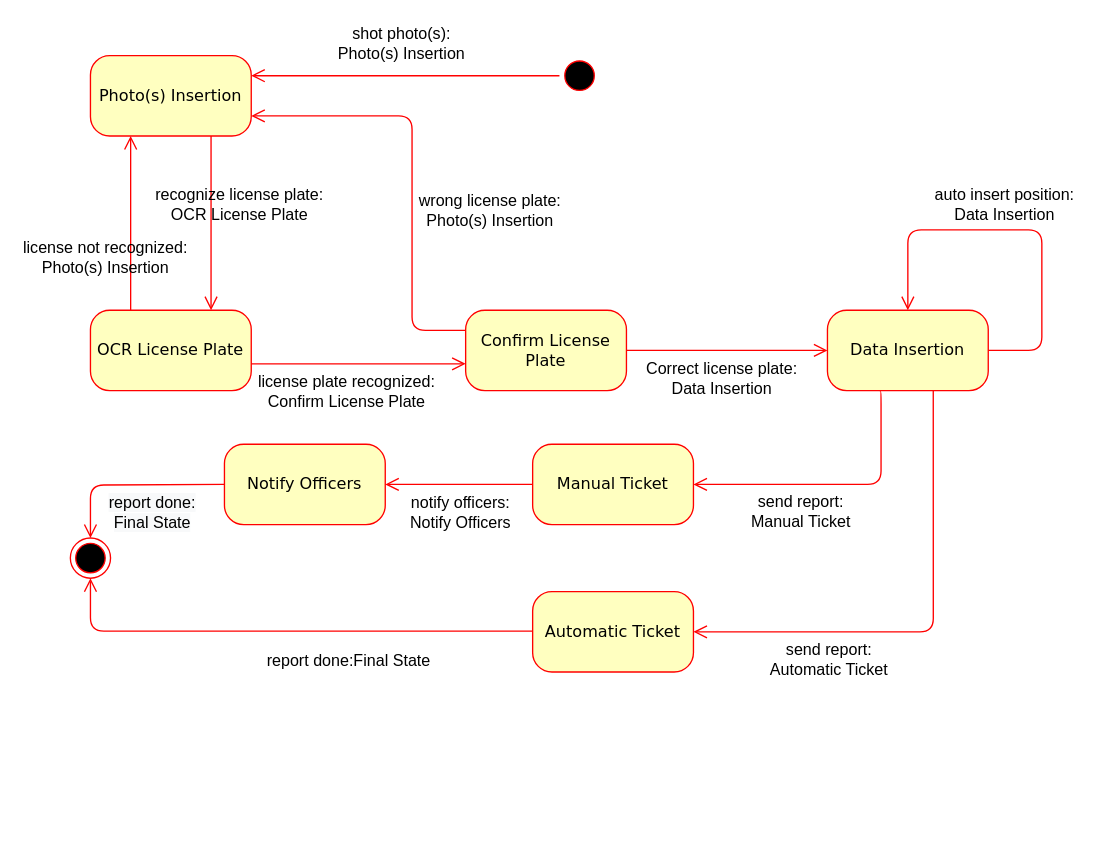
Before: RASD/diagrams/creationOfAReport.drawio in GiorgioUghini/SafeStreets, a draw.io diagram. Source tidied: cells renumbered, new cells numbered last; positions are measured from the earlier drawing's top-left corner, leaving out a move shared by most shapes. Both pictures are drawn from the tidied source at 134%, with x=0, y=0 at pixel (70, 55).
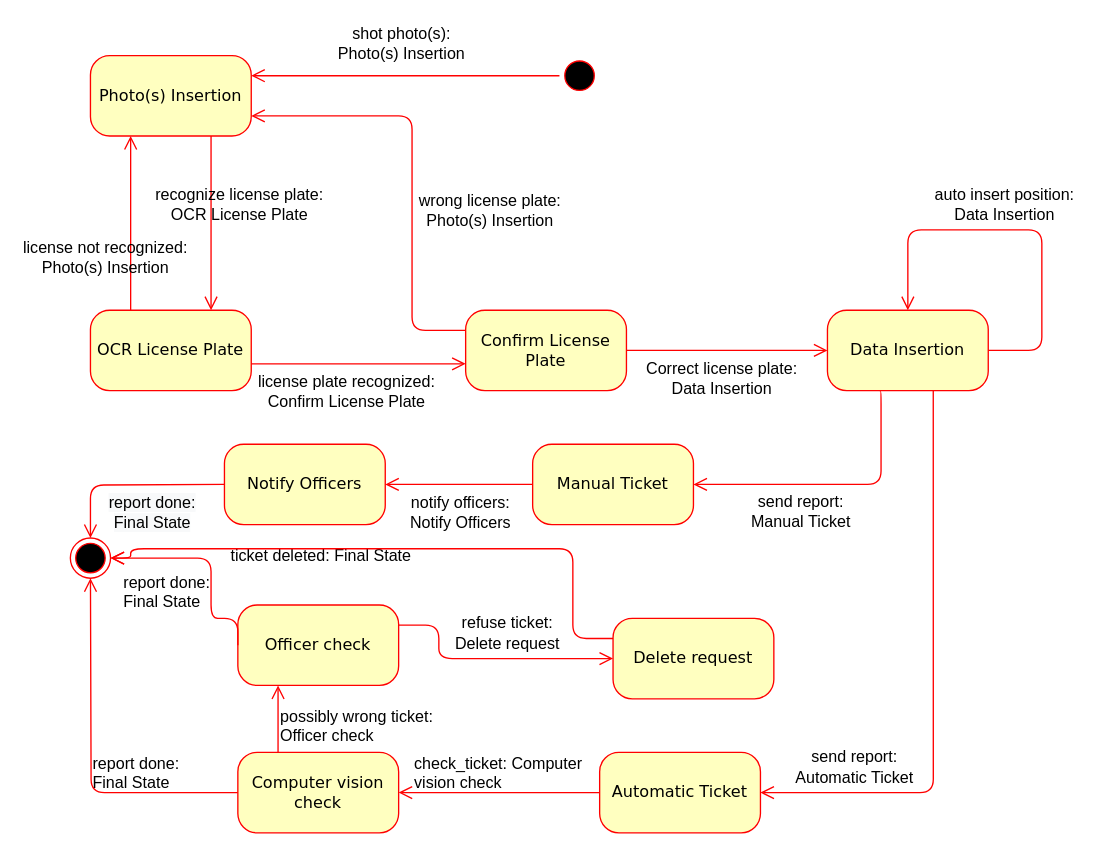
Above is the later version.

Commit message (it also covers changes not shown here):
Update state diagram

The change refers to these unchanged cells:
```xml
<mxCell id="5" value="Data Insertion" style="rounded=1;whiteSpace=wrap;html=1;arcSize=24;fillColor=#ffffc0;strokeColor=#ff0000;shadow=0;comic=0;labelBackgroundColor=none;fontFamily=Verdana;fontSize=12;fontColor=#000000;align=center;" parent="1" vertex="1">
  <mxGeometry x="565" y="190" width="120" height="60" as="geometry" />
</mxCell>
<mxCell id="21" style="ellipse;html=1;shape=endState;fillColor=#000000;strokeColor=#ff0000;rounded=1;shadow=0;comic=0;labelBackgroundColor=none;fontFamily=Verdana;fontSize=12;fontColor=#000000;align=center;" parent="1" vertex="1">
  <mxGeometry y="360" width="30" height="30" as="geometry" />
</mxCell>
```

The edit, as a diff of the source:
```diff
@@
-    <mxCell id="22" style="edgeStyle=orthogonalEdgeStyle;html=1;labelBackgroundColor=none;endArrow=open;endSize=8;strokeColor=#ff0000;fontFamily=Verdana;fontSize=12;align=left;exitX=0.658;exitY=1;exitDx=0;exitDy=0;exitPerimeter=0;" parent="1" edge="1" source="5">
+    <mxCell id="22" style="edgeStyle=orthogonalEdgeStyle;html=1;labelBackgroundColor=none;endArrow=open;endSize=8;strokeColor=#ff0000;fontFamily=Verdana;fontSize=12;align=left;exitX=0.658;exitY=1;exitDx=0;exitDy=0;exitPerimeter=0;entryX=1;entryY=0.5;entryDx=0;entryDy=0;" parent="1" edge="1" source="5" target="26">
       <mxGeometry relative="1" as="geometry">
-        <mxPoint x="465" y="430" as="targetPoint" />
         <Array as="points">
-          <mxPoint x="644" y="430" />
+          <mxPoint x="644" y="550" />
         </Array>
       </mxGeometry>
     </mxCell>
     <mxCell id="23" value="send report:&lt;br&gt;Automatic Ticket" style="text;html=1;align=center;verticalAlign=middle;labelBackgroundColor=#ffffff;" parent="22" vertex="1">
       <mxGeometry x="0.15" y="1" relative="1" as="geometry">
-        <mxPoint x="-53" y="19" as="offset" />
+        <mxPoint x="-60" y="34" as="offset" />
       </mxGeometry>
     </mxCell>
@@
     <mxCell id="26" value="Automatic Ticket" style="rounded=1;whiteSpace=wrap;html=1;arcSize=24;fillColor=#ffffc0;strokeColor=#ff0000;shadow=0;comic=0;labelBackgroundColor=none;fontFamily=Verdana;fontSize=12;fontColor=#000000;align=center;" parent="1" vertex="1">
-      <mxGeometry x="345" y="400" width="120" height="60" as="geometry" />
+      <mxGeometry x="395" y="520" width="120" height="60" as="geometry" />
     </mxCell>
@@
-    <mxCell id="31" style="edgeStyle=orthogonalEdgeStyle;html=1;labelBackgroundColor=none;endArrow=open;endSize=8;strokeColor=#ff0000;fontFamily=Verdana;fontSize=12;align=left;exitX=0;exitY=0.5;exitDx=0;exitDy=0;" parent="1" edge="1">
+    <mxCell id="31" style="edgeStyle=orthogonalEdgeStyle;html=1;labelBackgroundColor=none;endArrow=open;endSize=8;strokeColor=#ff0000;fontFamily=Verdana;fontSize=12;align=left;exitX=0;exitY=0.5;exitDx=0;exitDy=0;" parent="1" edge="1" source="35">
       <mxGeometry relative="1" as="geometry">
-        <mxPoint x="345" y="429.5" as="sourcePoint" />
         <mxPoint x="15" y="390" as="targetPoint" />
-        <Array as="points">
-          <mxPoint x="15" y="430" />
-        </Array>
       </mxGeometry>
     </mxCell>
@@
-    <mxCell id="34" value="report done:Final State" style="text;html=1;" parent="1" vertex="1">
-      <mxGeometry x="145" y="438" width="150" height="30" as="geometry" />
+    <mxCell id="34" value="report done:&lt;br&gt;Final State" style="text;html=1;" parent="1" vertex="1">
+      <mxGeometry x="15" y="515" width="80" height="30" as="geometry" />
     </mxCell>
+    <mxCell id="35" value="Computer vision check" style="rounded=1;whiteSpace=wrap;html=1;arcSize=24;fillColor=#ffffc0;strokeColor=#ff0000;shadow=0;comic=0;labelBackgroundColor=none;fontFamily=Verdana;fontSize=12;fontColor=#000000;align=center;" parent="1" vertex="1">
+      <mxGeometry x="125" y="520" width="120" height="60" as="geometry" />
+    </mxCell>
+    <mxCell id="36" style="edgeStyle=orthogonalEdgeStyle;html=1;labelBackgroundColor=none;endArrow=open;endSize=8;strokeColor=#ff0000;fontFamily=Verdana;fontSize=12;align=left;exitX=0;exitY=0.5;exitDx=0;exitDy=0;entryX=1;entryY=0.5;entryDx=0;entryDy=0;" parent="1" edge="1" source="26" target="35">
+      <mxGeometry relative="1" as="geometry" />
+    </mxCell>
+    <mxCell id="37" value="check_ticket: Computer&lt;br&gt;vision check" style="text;html=1;" parent="1" vertex="1">
+      <mxGeometry x="255" y="515" width="150" height="30" as="geometry" />
+    </mxCell>
+    <mxCell id="38" value="Officer check" style="rounded=1;whiteSpace=wrap;html=1;arcSize=24;fillColor=#ffffc0;strokeColor=#ff0000;shadow=0;comic=0;labelBackgroundColor=none;fontFamily=Verdana;fontSize=12;fontColor=#000000;align=center;" parent="1" vertex="1">
+      <mxGeometry x="125" y="410" width="120" height="60" as="geometry" />
+    </mxCell>
+    <mxCell id="39" style="edgeStyle=orthogonalEdgeStyle;html=1;labelBackgroundColor=none;endArrow=open;endSize=8;strokeColor=#ff0000;fontFamily=Verdana;fontSize=12;align=left;exitX=0.25;exitY=0;exitDx=0;exitDy=0;entryX=0.25;entryY=1;entryDx=0;entryDy=0;" parent="1" edge="1" source="35" target="38">
+      <mxGeometry relative="1" as="geometry" />
+    </mxCell>
+    <mxCell id="40" value="possibly wrong ticket:&lt;br&gt;Officer check" style="text;html=1;" parent="1" vertex="1">
+      <mxGeometry x="155" y="480" width="80" height="30" as="geometry" />
+    </mxCell>
+    <mxCell id="41" style="edgeStyle=orthogonalEdgeStyle;html=1;labelBackgroundColor=none;endArrow=open;endSize=8;strokeColor=#ff0000;fontFamily=Verdana;fontSize=12;align=left;exitX=0;exitY=0.5;exitDx=0;exitDy=0;entryX=1;entryY=0.5;entryDx=0;entryDy=0;" parent="1" edge="1" source="38" target="21">
+      <mxGeometry relative="1" as="geometry">
+        <Array as="points">
+          <mxPoint x="105" y="420" />
+          <mxPoint x="105" y="375" />
+        </Array>
+      </mxGeometry>
+    </mxCell>
+    <mxCell id="42" value="report done:&lt;br&gt;Final State" style="text;html=1;" parent="1" vertex="1">
+      <mxGeometry x="37.5" y="380" width="80" height="30" as="geometry" />
+    </mxCell>
+    <mxCell id="43" style="edgeStyle=orthogonalEdgeStyle;html=1;labelBackgroundColor=none;endArrow=open;endSize=8;strokeColor=#ff0000;fontFamily=Verdana;fontSize=12;align=left;exitX=1;exitY=0.25;exitDx=0;exitDy=0;entryX=0;entryY=0.5;entryDx=0;entryDy=0;" parent="1" edge="1" source="38" target="45">
+      <mxGeometry relative="1" as="geometry">
+        <Array as="points">
+          <mxPoint x="275" y="425" />
+          <mxPoint x="275" y="450" />
+        </Array>
+      </mxGeometry>
+    </mxCell>
+    <mxCell id="44" value="refuse ticket: &lt;br&gt;Delete request" style="text;html=1;align=center;verticalAlign=middle;labelBackgroundColor=#ffffff;" parent="43" vertex="1">
+      <mxGeometry x="-0.22" y="1" relative="1" as="geometry">
+        <mxPoint x="33" y="-19" as="offset" />
+      </mxGeometry>
+    </mxCell>
+    <mxCell id="45" value="Delete request" style="rounded=1;whiteSpace=wrap;html=1;arcSize=24;fillColor=#ffffc0;strokeColor=#ff0000;shadow=0;comic=0;labelBackgroundColor=none;fontFamily=Verdana;fontSize=12;fontColor=#000000;align=center;" parent="1" vertex="1">
+      <mxGeometry x="405" y="420" width="120" height="60" as="geometry" />
+    </mxCell>
+    <mxCell id="46" value="ticket deleted: Final State" style="text;html=1;" parent="1" vertex="1">
+      <mxGeometry x="117.5" y="360" width="190" height="25" as="geometry" />
+    </mxCell>
+    <mxCell id="47" style="edgeStyle=orthogonalEdgeStyle;html=1;labelBackgroundColor=none;endArrow=open;endSize=8;strokeColor=#ff0000;fontFamily=Verdana;fontSize=12;align=left;exitX=0;exitY=0.25;exitDx=0;exitDy=0;entryX=1;entryY=0.5;entryDx=0;entryDy=0;" parent="1" edge="1" source="45" target="21">
+      <mxGeometry relative="1" as="geometry">
+        <Array as="points">
+          <mxPoint x="375" y="435" />
+          <mxPoint x="375" y="368" />
+          <mxPoint x="45" y="368" />
+          <mxPoint x="45" y="375" />
+        </Array>
+      </mxGeometry>
+    </mxCell>
```
